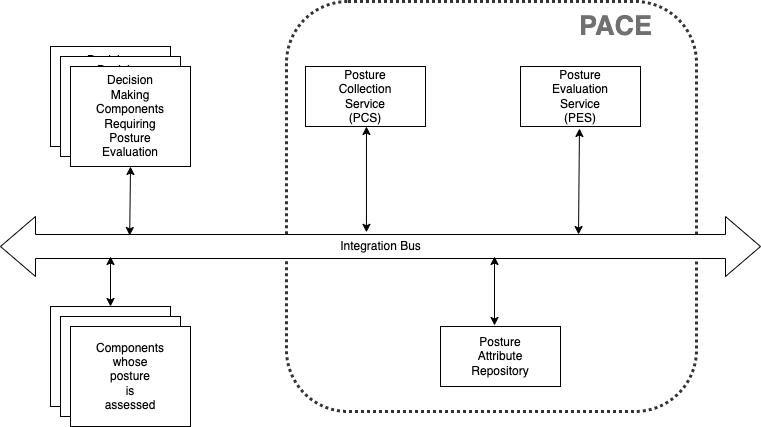
opencybersecurityalliance/PACE keeps this draw.io diagram as docs/Arch/pace_arch_1.png. Above is the earlier version. Source tidied: cells renumbered, new cells last; positions are measured from the earlier drawing's top-left corner, leaving out a move shared by most shapes. Its diagram source:
```xml
<mxGraphModel>
  <root>
    <mxCell id="0" />
    <mxCell id="1" parent="0" />
    <mxCell id="2" style="whiteSpace=wrap;html=1;fillColor=none;strokeWidth=3;rounded=1;dashed=1;dashPattern=1 1;opacity=80;" parent="1" vertex="1">
      <mxGeometry x="286" width="410" height="410" as="geometry" />
    </mxCell>
    <mxCell id="3" value="Integration Bus" style="html=1;shadow=0;dashed=0;align=center;verticalAlign=middle;shape=mxgraph.arrows2.twoWayArrow;dy=0.6;dx=35;" parent="1" vertex="1">
      <mxGeometry y="215" width="760" height="60" as="geometry" />
    </mxCell>
    <mxCell id="4" value="Posture&lt;br&gt;Collection&lt;br&gt;Service&lt;br&gt;(PCS)" style="rounded=0;whiteSpace=wrap;html=1;" parent="1" vertex="1">
      <mxGeometry x="305" y="65" width="120" height="60" as="geometry" />
    </mxCell>
    <mxCell id="5" value="Posture&lt;br&gt;Evaluation&lt;br&gt;Service&lt;br&gt;(PES)" style="rounded=0;whiteSpace=wrap;html=1;" parent="1" vertex="1">
      <mxGeometry x="520" y="65" width="120" height="60" as="geometry" />
    </mxCell>
    <mxCell id="6" value="Posture&lt;br&gt;Attribute&lt;br&gt;Repository" style="rounded=0;whiteSpace=wrap;html=1;" parent="1" vertex="1">
      <mxGeometry x="440" y="325" width="120" height="60" as="geometry" />
    </mxCell>
    <mxCell id="7" value="Decision&lt;br&gt;Making&lt;br&gt;Components&lt;br&gt;Requiring&lt;br&gt;Posture&lt;br&gt;Evaluation" style="rounded=0;whiteSpace=wrap;html=1;" parent="1" vertex="1">
      <mxGeometry x="50" y="45" width="120" height="100" as="geometry" />
    </mxCell>
    <mxCell id="8" value="Components&lt;br&gt;whose&lt;br&gt;posture&lt;br&gt;is&lt;br&gt;assessed" style="rounded=0;whiteSpace=wrap;html=1;" parent="1" vertex="1">
      <mxGeometry x="50" y="305" width="120" height="100" as="geometry" />
    </mxCell>
    <mxCell id="9" value="Decision&lt;br&gt;Making&lt;br&gt;Components&lt;br&gt;Requiring&lt;br&gt;Posture&lt;br&gt;Evaluation" style="rounded=0;whiteSpace=wrap;html=1;" parent="1" vertex="1">
      <mxGeometry x="60" y="55" width="120" height="100" as="geometry" />
    </mxCell>
    <mxCell id="10" value="Decision&lt;br&gt;Making&lt;br&gt;Components&lt;br&gt;Requiring&lt;br&gt;Posture&lt;br&gt;Evaluation" style="rounded=0;whiteSpace=wrap;html=1;" parent="1" vertex="1">
      <mxGeometry x="70" y="65" width="120" height="100" as="geometry" />
    </mxCell>
    <mxCell id="11" style="endArrow=classic;startArrow=classic;html=1;rounded=0;entryX=0.5;entryY=1;entryDx=0;entryDy=0;exitX=0.17;exitY=0.317;exitDx=0;exitDy=0;exitPerimeter=0;" parent="1" edge="1" source="3" target="10">
      <mxGeometry relative="1" as="geometry" />
    </mxCell>
    <mxCell id="12" style="endArrow=classic;startArrow=classic;html=1;rounded=0;exitX=0.5;exitY=0;exitDx=0;exitDy=0;" parent="1" edge="1" source="8">
      <mxGeometry relative="1" as="geometry">
        <mxPoint x="110" y="255" as="targetPoint" />
      </mxGeometry>
    </mxCell>
    <mxCell id="13" style="endArrow=classic;startArrow=classic;html=1;rounded=0;entryX=0.5;entryY=1;entryDx=0;entryDy=0;exitX=0.195;exitY=0.563;exitDx=0;exitDy=0;exitPerimeter=0;" parent="1" edge="1" source="2">
      <mxGeometry relative="1" as="geometry">
        <mxPoint x="366" y="125" as="targetPoint" />
      </mxGeometry>
    </mxCell>
    <mxCell id="14" style="endArrow=classic;startArrow=classic;html=1;rounded=0;entryX=0.5;entryY=1;entryDx=0;entryDy=0;exitX=0.529;exitY=0.267;exitDx=0;exitDy=0;exitPerimeter=0;" parent="1" edge="1">
      <mxGeometry relative="1" as="geometry">
        <mxPoint x="578" y="233" as="sourcePoint" />
        <mxPoint x="579" y="127" as="targetPoint" />
      </mxGeometry>
    </mxCell>
    <mxCell id="15" style="endArrow=classic;startArrow=classic;html=1;rounded=0;exitX=0.45;exitY=-0.017;exitDx=0;exitDy=0;exitPerimeter=0;" parent="1" edge="1" source="6">
      <mxGeometry relative="1" as="geometry">
        <mxPoint x="494" y="255" as="targetPoint" />
      </mxGeometry>
    </mxCell>
    <mxCell id="16" value="&lt;font color=&quot;#707070&quot;&gt;PACE&lt;/font&gt;" style="text;html=1;align=center;verticalAlign=middle;fillColor=none;strokeColor=none;rounded=0;dashed=1;dashPattern=1 1;opacity=80;fontStyle=1;fontSize=27;fontColor=#636363;" parent="1" vertex="1">
      <mxGeometry x="570" y="5" width="90" height="40" as="geometry" />
    </mxCell>
    <mxCell id="17" value="Components&lt;br&gt;whose&lt;br&gt;posture&lt;br&gt;is&lt;br&gt;assessed" style="rounded=0;whiteSpace=wrap;html=1;" parent="1" vertex="1">
      <mxGeometry x="60" y="315" width="120" height="100" as="geometry" />
    </mxCell>
    <mxCell id="18" value="Components&lt;br&gt;whose&lt;br&gt;posture&lt;br&gt;is&lt;br&gt;assessed" style="rounded=0;whiteSpace=wrap;html=1;" parent="1" vertex="1">
      <mxGeometry x="70" y="325" width="120" height="100" as="geometry" />
    </mxCell>
  </root>
</mxGraphModel>
```
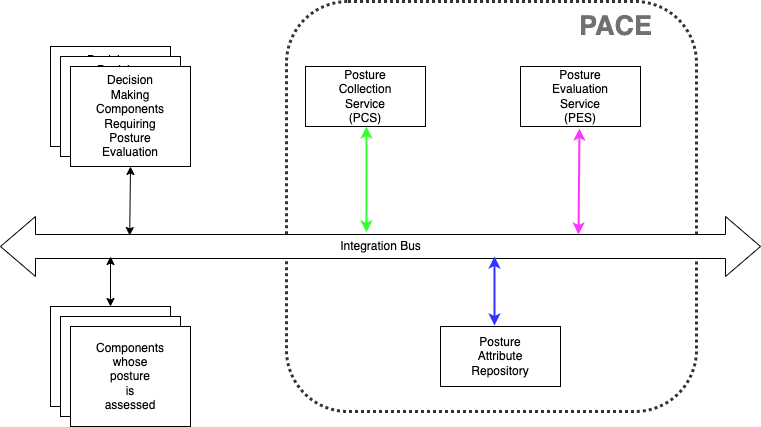
The same diagram one commit later.

Commit message:
update per PACE meeting comments

Diff of the diagram source:
```diff
@@ -37,18 +37,18 @@
         <mxPoint x="110" y="255" as="targetPoint" />
       </mxGeometry>
     </mxCell>
-    <mxCell id="13" style="endArrow=classic;startArrow=classic;html=1;rounded=0;entryX=0.5;entryY=1;entryDx=0;entryDy=0;exitX=0.195;exitY=0.563;exitDx=0;exitDy=0;exitPerimeter=0;" parent="1" edge="1" source="2">
+    <mxCell id="13" style="endArrow=classic;startArrow=classic;html=1;rounded=0;entryX=0.5;entryY=1;entryDx=0;entryDy=0;exitX=0.195;exitY=0.563;exitDx=0;exitDy=0;exitPerimeter=0;strokeColor=#33FF33;strokeWidth=2;" parent="1" edge="1" source="2">
       <mxGeometry relative="1" as="geometry">
         <mxPoint x="366" y="125" as="targetPoint" />
       </mxGeometry>
     </mxCell>
-    <mxCell id="14" style="endArrow=classic;startArrow=classic;html=1;rounded=0;entryX=0.5;entryY=1;entryDx=0;entryDy=0;exitX=0.529;exitY=0.267;exitDx=0;exitDy=0;exitPerimeter=0;" parent="1" edge="1">
+    <mxCell id="14" style="endArrow=classic;startArrow=classic;html=1;rounded=0;entryX=0.5;entryY=1;entryDx=0;entryDy=0;exitX=0.529;exitY=0.267;exitDx=0;exitDy=0;exitPerimeter=0;strokeWidth=2;strokeColor=#FF33FF;" parent="1" edge="1">
       <mxGeometry relative="1" as="geometry">
         <mxPoint x="578" y="233" as="sourcePoint" />
         <mxPoint x="579" y="127" as="targetPoint" />
       </mxGeometry>
     </mxCell>
-    <mxCell id="15" style="endArrow=classic;startArrow=classic;html=1;rounded=0;exitX=0.45;exitY=-0.017;exitDx=0;exitDy=0;exitPerimeter=0;" parent="1" edge="1" source="6">
+    <mxCell id="15" style="endArrow=classic;startArrow=classic;html=1;rounded=0;exitX=0.45;exitY=-0.017;exitDx=0;exitDy=0;exitPerimeter=0;strokeWidth=2;strokeColor=#3333FF;" parent="1" edge="1" source="6">
       <mxGeometry relative="1" as="geometry">
         <mxPoint x="494" y="255" as="targetPoint" />
       </mxGeometry>
```
